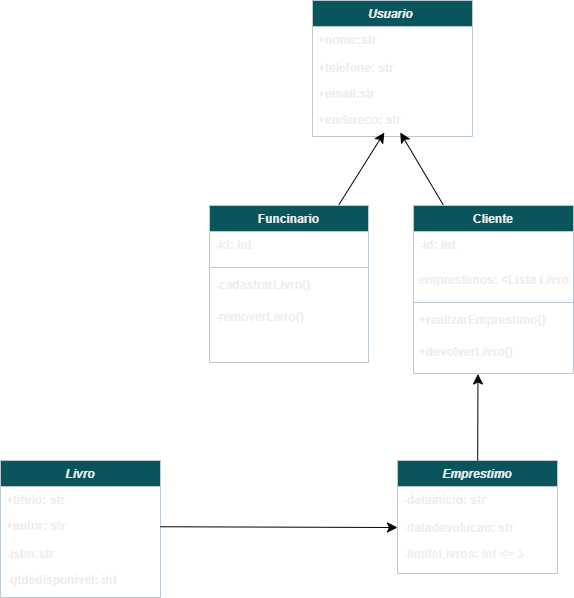
Before: Diagrama sem nome.drawio.png, a diagram exported from draw.io (luisfelipesantiago/Diagrama-de-classes). Source tidied: cells renumbered, new cells last; positions are measured from the earlier drawing's top-left corner, leaving out a move shared by most shapes.
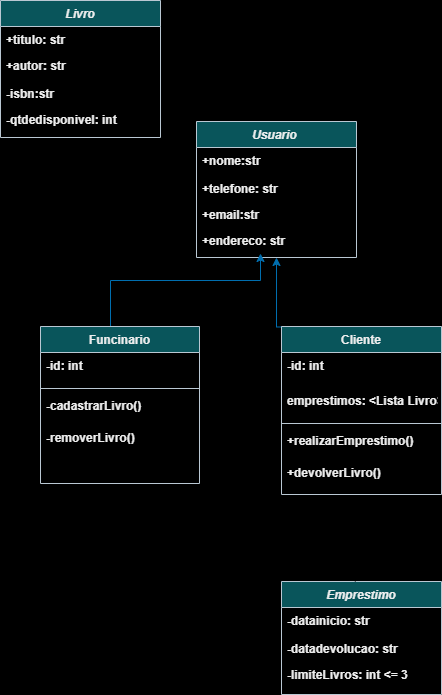
Above is the later version.

Commit message:
Adicionado Diagrama e.drawio.png

Diff of the diagram source:
```diff
@@ -1,93 +1,97 @@
-<mxGraphModel>
+<mxGraphModel background="light-dark(#FFFFFF,#FFFFFF)">
   <root>
-    <mxCell id="0" />
-    <mxCell id="1" parent="0" />
+    <mxCell id="31" />
+    <mxCell id="32" parent="31" />
-    <mxCell id="2" value="Usuario " style="swimlane;fontStyle=3;align=center;verticalAlign=top;horizontal=1;startSize=26;rounded=0;shadow=0;strokeWidth=1;labelBackgroundColor=none;fillColor=#09555B;strokeColor=#BAC8D3;fontColor=light-dark(#EEEEEE,#FFFFFF);" parent="1" vertex="1">
+    <mxCell id="2" value="Usuario " style="swimlane;fontStyle=3;align=center;verticalAlign=top;horizontal=1;startSize=26;rounded=0;shadow=0;strokeWidth=1;labelBackgroundColor=none;fillColor=#09555B;strokeColor=#BAC8D3;fontColor=light-dark(#EEEEEE,#000000);" parent="32" vertex="1">
       <mxGeometry x="312" width="160" height="136" as="geometry" />
     </mxCell>
-    <mxCell id="3" value="+nome:str" style="text;align=left;verticalAlign=top;spacingLeft=4;spacingRight=4;overflow=hidden;rounded=0;shadow=0;html=0;labelBackgroundColor=none;fontColor=light-dark(#EEEEEE,#FFFFFF);fontStyle=1;" parent="2" vertex="1">
+    <mxCell id="3" value="+nome:str" style="text;align=left;verticalAlign=top;spacingLeft=4;spacingRight=4;overflow=hidden;rounded=0;shadow=0;html=0;labelBackgroundColor=none;fontColor=light-dark(#EEEEEE,#000000);fontStyle=1;" parent="2" vertex="1">
       <mxGeometry y="26" width="160" height="28" as="geometry" />
     </mxCell>
-    <mxCell id="4" value="+telefone: str" style="text;align=left;verticalAlign=top;spacingLeft=4;spacingRight=4;overflow=hidden;labelBackgroundColor=none;fontColor=light-dark(#EEEEEE,#FFFFFF);fontStyle=1;" parent="2" vertex="1">
+    <mxCell id="4" value="+telefone: str" style="text;align=left;verticalAlign=top;spacingLeft=4;spacingRight=4;overflow=hidden;labelBackgroundColor=none;fontColor=light-dark(#EEEEEE,#000000);fontStyle=1;" parent="2" vertex="1">
       <mxGeometry y="54" width="160" height="26" as="geometry" />
     </mxCell>
-    <mxCell id="5" value="+email:str&#10;" style="text;align=left;verticalAlign=top;spacingLeft=4;spacingRight=4;overflow=hidden;rounded=0;shadow=0;html=0;labelBackgroundColor=none;fontColor=light-dark(#EEEEEE,#FFFFFF);fontStyle=1;" parent="2" vertex="1">
+    <mxCell id="5" value="+email:str&#10;" style="text;align=left;verticalAlign=top;spacingLeft=4;spacingRight=4;overflow=hidden;rounded=0;shadow=0;html=0;labelBackgroundColor=none;fontColor=light-dark(#EEEEEE,#000000);fontStyle=1;" parent="2" vertex="1">
       <mxGeometry y="80" width="160" height="26" as="geometry" />
     </mxCell>
-    <mxCell id="6" value="+endereco: str" style="text;align=left;verticalAlign=top;spacingLeft=4;spacingRight=4;overflow=hidden;points=[[0,0.5],[1,0.5]];portConstraint=eastwest;rounded=0;shadow=0;html=0;labelBackgroundColor=none;fontColor=light-dark(#EEEEEE,#FFFFFF);fontStyle=1;" parent="2" vertex="1">
+    <mxCell id="6" value="+endereco: str" style="text;align=left;verticalAlign=top;spacingLeft=4;spacingRight=4;overflow=hidden;points=[[0,0.5],[1,0.5]];portConstraint=eastwest;rounded=0;shadow=0;html=0;labelBackgroundColor=none;fontColor=light-dark(#EEEEEE,#000000);fontStyle=1;" parent="2" vertex="1">
       <mxGeometry y="106" width="160" height="26" as="geometry" />
     </mxCell>
-    <mxCell id="7" value="Livro" style="swimlane;fontStyle=3;align=center;verticalAlign=top;horizontal=1;startSize=26;rounded=0;shadow=0;strokeWidth=1;labelBackgroundColor=none;fillColor=#09555B;strokeColor=#BAC8D3;fontColor=light-dark(#EEEEEE,#FFFFFF);" parent="1" vertex="1">
-      <mxGeometry y="460" width="160" height="137" as="geometry" />
+    <mxCell id="7" value="Livro" style="swimlane;fontStyle=3;align=center;verticalAlign=top;horizontal=1;startSize=26;rounded=0;shadow=0;strokeWidth=1;labelBackgroundColor=none;fillColor=#09555B;strokeColor=#BAC8D3;fontColor=light-dark(#EEEEEE,#000000);" parent="32" vertex="1">
+      <mxGeometry x="116" y="-121" width="160" height="137" as="geometry" />
     </mxCell>
-    <mxCell id="8" value="+titulo: str" style="text;align=left;verticalAlign=top;spacingLeft=4;spacingRight=4;overflow=hidden;labelBackgroundColor=none;fontColor=light-dark(#EEEEEE,#FFFFFF);fontStyle=1;" parent="7" vertex="1">
+    <mxCell id="8" value="+titulo: str" style="text;align=left;verticalAlign=top;spacingLeft=4;spacingRight=4;overflow=hidden;labelBackgroundColor=none;fontColor=light-dark(#EEEEEE,#000000);fontStyle=1;" parent="7" vertex="1">
       <mxGeometry y="26" width="160" height="26" as="geometry" />
     </mxCell>
-    <mxCell id="9" value="+autor: str" style="text;align=left;verticalAlign=top;spacingLeft=4;spacingRight=4;overflow=hidden;points=[[0,0.5],[1,0.5]];portConstraint=eastwest;rounded=0;shadow=0;html=0;labelBackgroundColor=none;fontColor=light-dark(#EEEEEE,#FFFFFF);fontStyle=1;" parent="7" vertex="1">
+    <mxCell id="9" value="+autor: str" style="text;align=left;verticalAlign=top;spacingLeft=4;spacingRight=4;overflow=hidden;points=[[0,0.5],[1,0.5]];portConstraint=eastwest;rounded=0;shadow=0;html=0;labelBackgroundColor=none;fontColor=light-dark(#EEEEEE,#000000);fontStyle=1;" parent="7" vertex="1">
       <mxGeometry y="52" width="160" height="28" as="geometry" />
     </mxCell>
-    <mxCell id="10" value="-isbn:str" style="text;align=left;verticalAlign=top;spacingLeft=4;spacingRight=4;overflow=hidden;rounded=0;shadow=0;html=0;labelBackgroundColor=none;fontColor=light-dark(#EEEEEE,#FFFFFF);fontStyle=1;" parent="7" vertex="1">
+    <mxCell id="10" value="-isbn:str" style="text;align=left;verticalAlign=top;spacingLeft=4;spacingRight=4;overflow=hidden;rounded=0;shadow=0;html=0;labelBackgroundColor=none;fontColor=light-dark(#EEEEEE,#000000);fontStyle=1;" parent="7" vertex="1">
       <mxGeometry y="80" width="160" height="26" as="geometry" />
     </mxCell>
-    <mxCell id="11" value="-qtdedisponivel: int" style="text;align=left;verticalAlign=top;spacingLeft=4;spacingRight=4;overflow=hidden;rounded=0;shadow=0;html=0;labelBackgroundColor=none;fontColor=light-dark(#EEEEEE,#FFFFFF);fontStyle=1;" parent="7" vertex="1">
+    <mxCell id="11" value="-qtdedisponivel: int" style="text;align=left;verticalAlign=top;spacingLeft=4;spacingRight=4;overflow=hidden;rounded=0;shadow=0;html=0;labelBackgroundColor=none;fontColor=light-dark(#EEEEEE,#000000);fontStyle=1;" parent="7" vertex="1">
       <mxGeometry y="106" width="160" height="26" as="geometry" />
     </mxCell>
-    <mxCell id="12" style="edgeStyle=none;curved=1;rounded=0;jettySize=auto;html=1;fontSize=12;startSize=8;endSize=8;fontColor=light-dark(#EEEEEE,#FFFFFF);" parent="1" edge="1" source="13" target="6">
-      <mxGeometry relative="1" as="geometry" />
+    <mxCell id="12" style="edgeStyle=orthogonalEdgeStyle;rounded=0;jettySize=auto;html=1;fillColor=#1ba1e2;strokeColor=#006EAF;" parent="32" edge="1" source="13" target="6">
+      <mxGeometry relative="1" as="geometry">
+        <Array as="points">
+          <mxPoint x="226" y="159" />
+          <mxPoint x="376" y="159" />
+        </Array>
+      </mxGeometry>
     </mxCell>
-    <mxCell id="13" value="Funcinario" style="swimlane;fontStyle=1;align=center;verticalAlign=top;horizontal=1;startSize=26;rounded=0;shadow=0;strokeWidth=1;labelBackgroundColor=none;fillColor=#09555B;strokeColor=#BAC8D3;fontColor=light-dark(#EEEEEE,#FFFFFF);" parent="1" vertex="1">
-      <mxGeometry x="209" y="205" width="159" height="157" as="geometry" />
+    <mxCell id="13" value="Funcinario" style="swimlane;fontStyle=1;align=center;verticalAlign=top;horizontal=1;startSize=26;rounded=0;shadow=0;strokeWidth=1;labelBackgroundColor=none;fillColor=#09555B;strokeColor=#BAC8D3;fontColor=light-dark(#EEEEEE,#000000);" parent="32" vertex="1">
+      <mxGeometry x="156" y="205" width="159" height="157" as="geometry" />
     </mxCell>
-    <mxCell id="14" value="-id: int" style="text;align=left;verticalAlign=top;spacingLeft=4;spacingRight=4;overflow=hidden;labelBackgroundColor=none;fontColor=light-dark(#EEEEEE,#FFFFFF);fontStyle=1;" parent="13" vertex="1">
-      <mxGeometry y="26" width="159" height="32" as="geometry" />
-    </mxCell>
-    <mxCell id="15" style="line;strokeWidth=1;fillColor=none;align=left;verticalAlign=middle;spacingTop=-1;spacingLeft=3;spacingRight=3;labelPosition=right;strokeColor=inherit;fontColor=light-dark(#EEEEEE,#FFFFFF);" parent="13" vertex="1">
-      <mxGeometry y="58" width="159" height="8" as="geometry" />
-    </mxCell>
+    <mxCell id="33" value="-id: int" style="text;align=left;verticalAlign=top;spacingLeft=4;spacingRight=4;overflow=hidden;labelBackgroundColor=none;fontColor=light-dark(#EEEEEE,#000000);fontStyle=1;" parent="13" vertex="1">
+      <mxGeometry y="26" width="159" height="32" as="geometry" />
+    </mxCell>
+    <mxCell id="34" style="line;strokeWidth=1;fillColor=none;align=left;verticalAlign=middle;spacingTop=-1;spacingLeft=3;spacingRight=3;labelPosition=right;strokeColor=inherit;fontColor=light-dark(#EEEEEE,#000000);" parent="13" vertex="1">
+      <mxGeometry y="58" width="159" height="8" as="geometry" />
+    </mxCell>
-    <mxCell id="16" value="-cadastrarLivro()" style="text;align=left;verticalAlign=top;spacingLeft=4;spacingRight=4;overflow=hidden;labelBackgroundColor=none;fontColor=light-dark(#EEEEEE,#FFFFFF);fontStyle=1;" parent="13" vertex="1">
+    <mxCell id="16" value="-cadastrarLivro()" style="text;align=left;verticalAlign=top;spacingLeft=4;spacingRight=4;overflow=hidden;labelBackgroundColor=none;fontColor=light-dark(#EEEEEE,#000000);fontStyle=1;" parent="13" vertex="1">
       <mxGeometry y="66" width="159" height="32" as="geometry" />
     </mxCell>
-    <mxCell id="17" value="-removerLivro()" style="text;align=left;verticalAlign=top;spacingLeft=4;spacingRight=4;overflow=hidden;labelBackgroundColor=none;fontColor=light-dark(#EEEEEE,#FFFFFF);fontStyle=1;" parent="13" vertex="1">
+    <mxCell id="17" value="-removerLivro()" style="text;align=left;verticalAlign=top;spacingLeft=4;spacingRight=4;overflow=hidden;labelBackgroundColor=none;fontColor=light-dark(#EEEEEE,#000000);fontStyle=1;" parent="13" vertex="1">
       <mxGeometry y="98" width="159" height="32" as="geometry" />
     </mxCell>
-    <mxCell id="18" style="edgeStyle=none;curved=1;rounded=0;jettySize=auto;html=1;fontSize=12;startSize=8;endSize=8;fontColor=light-dark(#EEEEEE,#FFFFFF);" parent="1" edge="1" source="19" target="6">
-      <mxGeometry relative="1" as="geometry" />
-    </mxCell>
+    <mxCell id="35" style="edgeStyle=orthogonalEdgeStyle;rounded=0;jettySize=auto;html=1;fillColor=#1ba1e2;strokeColor=#006EAF;entryX=0.5;entryY=1;entryDx=0;entryDy=0;" parent="32" edge="1" target="2">
+      <mxGeometry relative="1" as="geometry">
+        <mxPoint x="486" y="205" as="sourcePoint" />
+      </mxGeometry>
+    </mxCell>
-    <mxCell id="19" value="Cliente" style="swimlane;fontStyle=1;align=center;verticalAlign=top;horizontal=1;startSize=26;rounded=0;shadow=0;strokeWidth=1;labelBackgroundColor=none;fillColor=#09555B;strokeColor=#BAC8D3;fontColor=light-dark(#EEEEEE,#FFFFFF);" parent="1" vertex="1">
-      <mxGeometry x="413" y="205" width="160" height="168" as="geometry" />
+    <mxCell id="19" value="Cliente" style="swimlane;fontStyle=1;align=center;verticalAlign=top;horizontal=1;startSize=26;rounded=0;shadow=0;strokeWidth=1;labelBackgroundColor=none;fillColor=#09555B;strokeColor=#BAC8D3;fontColor=light-dark(#EEEEEE,#000000);" parent="32" vertex="1">
+      <mxGeometry x="397" y="205" width="160" height="168" as="geometry" />
     </mxCell>
-    <mxCell id="20" value="-id: int" style="text;align=left;verticalAlign=top;spacingLeft=4;spacingRight=4;overflow=hidden;labelBackgroundColor=none;fontColor=light-dark(#EEEEEE,#FFFFFF);fontStyle=1;" parent="19" vertex="1">
-      <mxGeometry y="26" width="160" height="35" as="geometry" />
-    </mxCell>
+    <mxCell id="36" value="-id: int" style="text;align=left;verticalAlign=top;spacingLeft=4;spacingRight=4;overflow=hidden;labelBackgroundColor=none;fontColor=light-dark(#EEEEEE,#000000);fontStyle=1;" parent="19" vertex="1">
+      <mxGeometry y="26" width="160" height="35" as="geometry" />
+    </mxCell>
-    <mxCell id="21" value="emprestimos: &lt;Lista Livro&gt;" style="text;align=left;verticalAlign=top;spacingLeft=4;spacingRight=4;overflow=hidden;labelBackgroundColor=none;fontColor=light-dark(#EEEEEE,#FFFFFF);fontStyle=1;" parent="19" vertex="1">
+    <mxCell id="21" value="emprestimos: &lt;Lista Livro&gt;" style="text;align=left;verticalAlign=top;spacingLeft=4;spacingRight=4;overflow=hidden;labelBackgroundColor=none;fontColor=light-dark(#EEEEEE,#000000);fontStyle=1;" parent="19" vertex="1">
       <mxGeometry y="61" width="160" height="32" as="geometry" />
     </mxCell>
-    <mxCell id="22" style="line;strokeWidth=1;fillColor=none;align=left;verticalAlign=middle;spacingTop=-1;spacingLeft=3;spacingRight=3;labelPosition=right;strokeColor=inherit;fontColor=light-dark(#EEEEEE,#FFFFFF);" parent="19" vertex="1">
-      <mxGeometry y="93" width="160" height="8" as="geometry" />
-    </mxCell>
+    <mxCell id="37" style="line;strokeWidth=1;fillColor=none;align=left;verticalAlign=middle;spacingTop=-1;spacingLeft=3;spacingRight=3;labelPosition=right;strokeColor=inherit;fontColor=light-dark(#EEEEEE,#000000);" parent="19" vertex="1">
+      <mxGeometry y="93" width="160" height="8" as="geometry" />
+    </mxCell>
-    <mxCell id="23" value="+realizarEmprestimo()" style="text;align=left;verticalAlign=top;spacingLeft=4;spacingRight=4;overflow=hidden;labelBackgroundColor=none;fontColor=light-dark(#EEEEEE,#FFFFFF);fontStyle=1;" parent="19" vertex="1">
+    <mxCell id="23" value="+realizarEmprestimo()" style="text;align=left;verticalAlign=top;spacingLeft=4;spacingRight=4;overflow=hidden;labelBackgroundColor=none;fontColor=light-dark(#EEEEEE,#000000);fontStyle=1;" parent="19" vertex="1">
       <mxGeometry y="101" width="160" height="32" as="geometry" />
     </mxCell>
-    <mxCell id="24" value="+devolverLivro()" style="text;align=left;verticalAlign=top;spacingLeft=4;spacingRight=4;overflow=hidden;points=[[0,0.5],[1,0.5]];portConstraint=eastwest;labelBackgroundColor=none;fontColor=light-dark(#EEEEEE,#FFFFFF);fontStyle=1;" parent="19" vertex="1">
+    <mxCell id="24" value="+devolverLivro()" style="text;align=left;verticalAlign=top;spacingLeft=4;spacingRight=4;overflow=hidden;points=[[0,0.5],[1,0.5]];portConstraint=eastwest;labelBackgroundColor=none;fontColor=light-dark(#EEEEEE,#000000);fontStyle=1;" parent="19" vertex="1">
       <mxGeometry y="133" width="160" height="35" as="geometry" />
     </mxCell>
-    <mxCell id="25" value="Emprestimo" style="swimlane;fontStyle=3;align=center;verticalAlign=top;horizontal=1;startSize=26;rounded=0;shadow=0;strokeWidth=1;labelBackgroundColor=none;fillColor=#09555B;strokeColor=#BAC8D3;fontColor=light-dark(#EEEEEE,#FFFFFF);" parent="1" vertex="1">
+    <mxCell id="25" value="Emprestimo" style="swimlane;fontStyle=3;align=center;verticalAlign=top;horizontal=1;startSize=26;rounded=0;shadow=0;strokeWidth=1;labelBackgroundColor=none;fillColor=#09555B;strokeColor=#BAC8D3;fontColor=light-dark(#EEEEEE,#000000);" parent="32" vertex="1">
       <mxGeometry x="397" y="460" width="160" height="113" as="geometry" />
     </mxCell>
-    <mxCell id="26" value="-datainicio: str" style="text;align=left;verticalAlign=top;spacingLeft=4;spacingRight=4;overflow=hidden;rounded=0;shadow=0;html=0;labelBackgroundColor=none;fontColor=light-dark(#EEEEEE,#FFFFFF);fontStyle=1;" parent="25" vertex="1">
+    <mxCell id="26" value="-datainicio: str" style="text;align=left;verticalAlign=top;spacingLeft=4;spacingRight=4;overflow=hidden;rounded=0;shadow=0;html=0;labelBackgroundColor=none;fontColor=light-dark(#EEEEEE,#000000);fontStyle=1;" parent="25" vertex="1">
       <mxGeometry y="26" width="160" height="28" as="geometry" />
     </mxCell>
-    <mxCell id="27" value="-datadevolucao: str" style="text;align=left;verticalAlign=top;spacingLeft=4;spacingRight=4;overflow=hidden;points=[[0,0.5],[1,0.5]];portConstraint=eastwest;labelBackgroundColor=none;fontColor=light-dark(#EEEEEE,#FFFFFF);fontStyle=1;" parent="25" vertex="1">
+    <mxCell id="27" value="-datadevolucao: str" style="text;align=left;verticalAlign=top;spacingLeft=4;spacingRight=4;overflow=hidden;points=[[0,0.5],[1,0.5]];portConstraint=eastwest;labelBackgroundColor=none;fontColor=light-dark(#EEEEEE,#000000);fontStyle=1;" parent="25" vertex="1">
       <mxGeometry y="54" width="160" height="26" as="geometry" />
     </mxCell>
-    <mxCell id="28" value="-limiteLivros: int &lt;= 3" style="text;align=left;verticalAlign=top;spacingLeft=4;spacingRight=4;overflow=hidden;rounded=0;shadow=0;html=0;labelBackgroundColor=none;fontColor=light-dark(#EEEEEE,#FFFFFF);fontStyle=1;" parent="25" vertex="1">
+    <mxCell id="28" value="-limiteLivros: int &lt;= 3" style="text;align=left;verticalAlign=top;spacingLeft=4;spacingRight=4;overflow=hidden;rounded=0;shadow=0;html=0;labelBackgroundColor=none;fontColor=light-dark(#EEEEEE,#000000);fontStyle=1;" parent="25" vertex="1">
       <mxGeometry y="80" width="160" height="26" as="geometry" />
     </mxCell>
-    <mxCell id="29" style="edgeStyle=none;curved=1;rounded=0;jettySize=auto;html=1;entryX=0.403;entryY=1.014;entryDx=0;entryDy=0;entryPerimeter=0;fontSize=12;startSize=8;endSize=8;fontColor=light-dark(#EEEEEE,#FFFFFF);" parent="1" edge="1" source="25" target="24">
+    <mxCell id="29" style="edgeStyle=none;curved=1;rounded=0;jettySize=auto;html=1;entryX=0.403;entryY=1.014;entryDx=0;entryDy=0;entryPerimeter=0;fontSize=12;startSize=8;endSize=8;fontColor=light-dark(#EEEEEE,#000000);" parent="32" edge="1" source="25" target="24">
       <mxGeometry relative="1" as="geometry" />
     </mxCell>
-    <mxCell id="30" style="edgeStyle=none;curved=1;rounded=0;jettySize=auto;html=1;entryX=0;entryY=0.5;entryDx=0;entryDy=0;fontSize=12;startSize=8;endSize=8;fontColor=light-dark(#EEEEEE,#FFFFFF);" parent="1" edge="1" source="9" target="27">
-      <mxGeometry relative="1" as="geometry" />
-    </mxCell>
   </root>
 </mxGraphModel>
```
